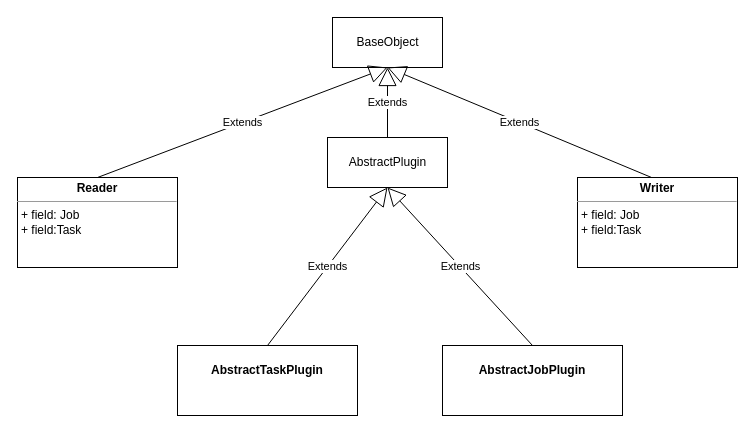
Earlier version of the draw.io diagram 类图.drawio (wangbin2188/draw). Source tidied: cells renumbered, new cells numbered last; positions are measured from the earlier drawing's top-left corner, leaving out a move shared by most shapes. Both pictures are drawn from the tidied source at 100%, with x=0, y=0 at pixel (17, 17).
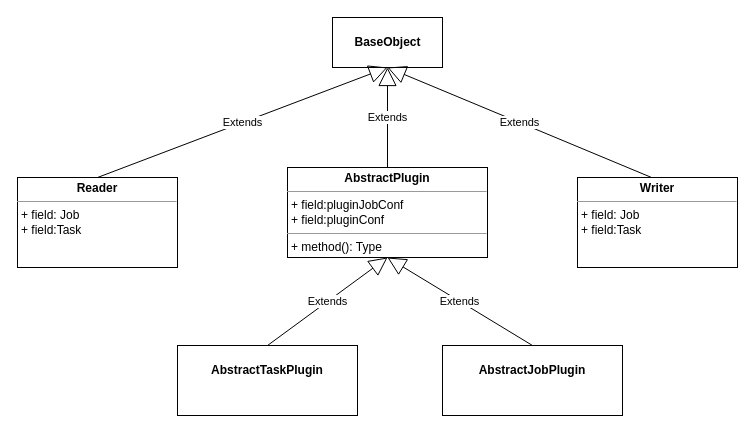
The same page after the edit.

Change to the diagram source:
```diff
@@
 <mxGraphModel>
   <root>
     <mxCell id="0" />
     <mxCell id="1" parent="0" />
-    <mxCell id="2" value="BaseObject" style="html=1;" parent="1" vertex="1">
+    <mxCell id="2" value="BaseObject" style="html=1;fontStyle=1;" parent="1" vertex="1">
       <mxGeometry x="315" width="110" height="50" as="geometry" />
     </mxCell>
     <mxCell id="3" value="&lt;p style=&quot;margin: 0px ; margin-top: 4px ; text-align: center&quot;&gt;&lt;b&gt;Writer&lt;/b&gt;&lt;/p&gt;&lt;hr size=&quot;1&quot;&gt;&lt;p style=&quot;margin: 0px ; margin-left: 4px&quot;&gt;+ field: Job&lt;/p&gt;&lt;p style=&quot;margin: 0px ; margin-left: 4px&quot;&gt;+ field:Task&lt;/p&gt;&lt;p style=&quot;margin: 0px ; margin-left: 4px&quot;&gt;&lt;br&gt;&lt;/p&gt;" style="verticalAlign=top;align=left;overflow=fill;fontSize=12;fontFamily=Helvetica;html=1;" parent="1" vertex="1">
       <mxGeometry x="560" y="160" width="160" height="90" as="geometry" />
     </mxCell>
     <mxCell id="4" value="&lt;p style=&quot;margin: 0px ; margin-top: 4px ; text-align: center&quot;&gt;&lt;b&gt;Reader&lt;/b&gt;&lt;/p&gt;&lt;hr size=&quot;1&quot;&gt;&lt;p style=&quot;margin: 0px ; margin-left: 4px&quot;&gt;+ field: Job&lt;/p&gt;&lt;p style=&quot;margin: 0px ; margin-left: 4px&quot;&gt;+ field:Task&lt;/p&gt;&lt;p style=&quot;margin: 0px ; margin-left: 4px&quot;&gt;&lt;br&gt;&lt;/p&gt;" style="verticalAlign=top;align=left;overflow=fill;fontSize=12;fontFamily=Helvetica;html=1;" parent="1" vertex="1">
       <mxGeometry y="160" width="160" height="90" as="geometry" />
     </mxCell>
     <mxCell id="5" value="Extends" style="endArrow=block;endSize=16;endFill=0;html=1;entryX=0.5;entryY=1;entryDx=0;entryDy=0;exitX=0.5;exitY=0;exitDx=0;exitDy=0;" parent="1" edge="1" source="4" target="2">
       <mxGeometry relative="1" as="geometry" />
     </mxCell>
     <mxCell id="6" value="Extends" style="endArrow=block;endSize=16;endFill=0;html=1;entryX=0.5;entryY=1;entryDx=0;entryDy=0;exitX=0.463;exitY=0;exitDx=0;exitDy=0;exitPerimeter=0;" parent="1" edge="1" source="3" target="2">
       <mxGeometry relative="1" as="geometry" />
     </mxCell>
     <mxCell id="7" value="&lt;p style=&quot;margin: 0px ; margin-top: 4px ; text-align: center&quot;&gt;&lt;br&gt;&lt;b&gt;AbstractJobPlugin&lt;/b&gt;&lt;/p&gt;" style="verticalAlign=top;align=left;overflow=fill;fontSize=12;fontFamily=Helvetica;html=1;" parent="1" vertex="1">
       <mxGeometry x="425" y="328" width="180" height="70" as="geometry" />
     </mxCell>
     <mxCell id="8" value="&lt;p style=&quot;margin: 0px ; margin-top: 4px ; text-align: center&quot;&gt;&lt;br&gt;&lt;b&gt;AbstractTaskPlugin&lt;/b&gt;&lt;/p&gt;" style="verticalAlign=top;align=left;overflow=fill;fontSize=12;fontFamily=Helvetica;html=1;" parent="1" vertex="1">
       <mxGeometry x="160" y="328" width="180" height="70" as="geometry" />
     </mxCell>
-    <mxCell id="9" value="AbstractPlugin" style="html=1;" parent="1" vertex="1">
-      <mxGeometry x="310" y="120" width="120" height="50" as="geometry" />
-    </mxCell>
-    <mxCell id="10" value="Extends" style="endArrow=block;endSize=16;endFill=0;html=1;entryX=0.5;entryY=1;entryDx=0;entryDy=0;exitX=0.5;exitY=0;exitDx=0;exitDy=0;" parent="1" edge="1" source="9" target="2">
+    <mxCell id="10" value="Extends" style="endArrow=block;endSize=16;endFill=0;html=1;entryX=0.5;entryY=1;entryDx=0;entryDy=0;exitX=0.5;exitY=0;exitDx=0;exitDy=0;" parent="1" edge="1" source="13" target="2">
       <mxGeometry relative="1" as="geometry" />
     </mxCell>
-    <mxCell id="11" value="Extends" style="endArrow=block;endSize=16;endFill=0;html=1;entryX=0.5;entryY=1;entryDx=0;entryDy=0;exitX=0.5;exitY=0;exitDx=0;exitDy=0;" parent="1" edge="1" source="7" target="9">
+    <mxCell id="11" value="Extends" style="endArrow=block;endSize=16;endFill=0;html=1;entryX=0.5;entryY=1;entryDx=0;entryDy=0;exitX=0.5;exitY=0;exitDx=0;exitDy=0;" parent="1" edge="1" source="7" target="13">
       <mxGeometry relative="1" as="geometry" />
     </mxCell>
-    <mxCell id="12" value="Extends" style="endArrow=block;endSize=16;endFill=0;html=1;entryX=0.5;entryY=1;entryDx=0;entryDy=0;exitX=0.5;exitY=0;exitDx=0;exitDy=0;" parent="1" edge="1" source="8" target="9">
+    <mxCell id="12" value="Extends" style="endArrow=block;endSize=16;endFill=0;html=1;entryX=0.5;entryY=1;entryDx=0;entryDy=0;exitX=0.5;exitY=0;exitDx=0;exitDy=0;" parent="1" edge="1" source="8" target="13">
       <mxGeometry relative="1" as="geometry" />
     </mxCell>
+    <mxCell id="13" value="&lt;p style=&quot;margin: 0px ; margin-top: 4px ; text-align: center&quot;&gt;&lt;b&gt;AbstractPlugin&lt;/b&gt;&lt;/p&gt;&lt;hr size=&quot;1&quot;&gt;&lt;p style=&quot;margin: 0px ; margin-left: 4px&quot;&gt;+ field:pluginJobConf&lt;/p&gt;&lt;p style=&quot;margin: 0px ; margin-left: 4px&quot;&gt;+ field:pluginConf&lt;/p&gt;&lt;hr size=&quot;1&quot;&gt;&lt;p style=&quot;margin: 0px ; margin-left: 4px&quot;&gt;+ method(): Type&lt;/p&gt;" style="verticalAlign=top;align=left;overflow=fill;fontSize=12;fontFamily=Helvetica;html=1;" parent="1" vertex="1">
+      <mxGeometry x="270" y="150" width="200" height="90" as="geometry" />
+    </mxCell>
   </root>
 </mxGraphModel>
```
